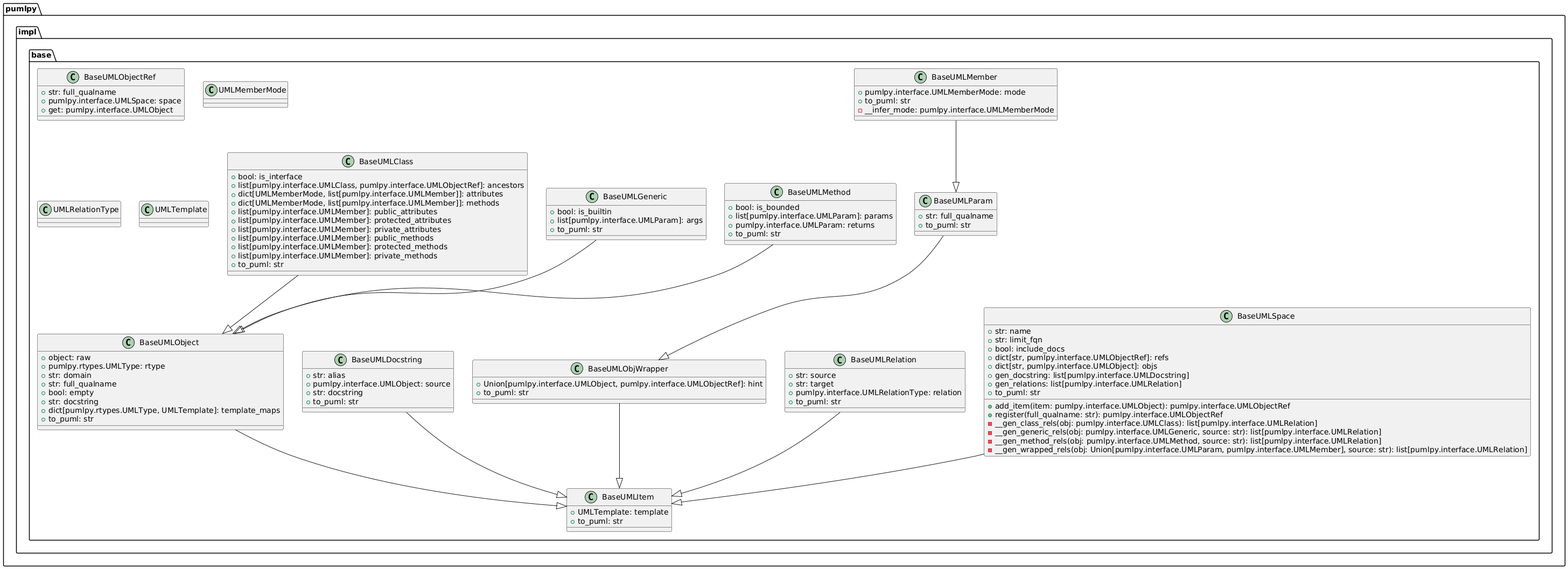
Above: examples/pumlpy-impl.png in Koko12137/pumlpy (PlantUML), before the change.
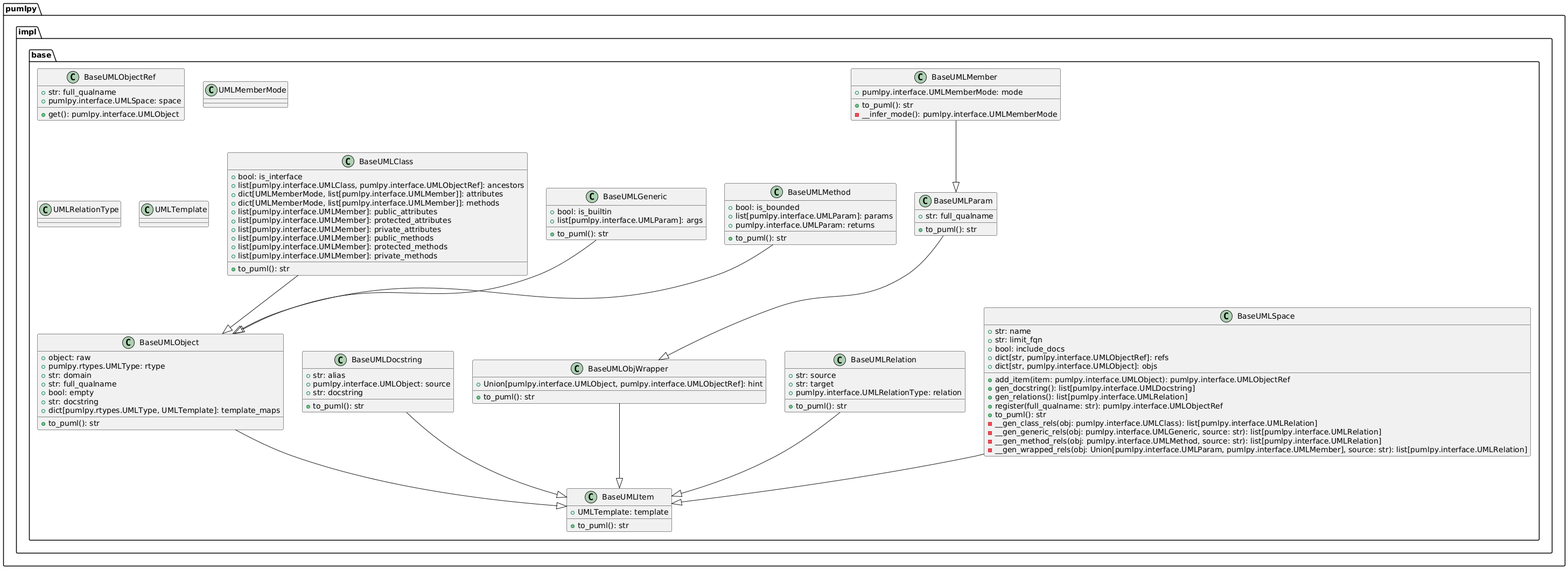
The same diagram one commit later.

The edit, as a diff of the source:
```diff
@@ -1,87 +1,87 @@
 @startuml
 Class pumlpy.impl.base.BaseUMLClass {
-        + bool: is_interface
-        + list[pumlpy.interface.UMLClass, pumlpy.interface.UMLObjectRef]: ancestors
-        + dict[UMLMemberMode, list[pumlpy.interface.UMLMember]]: attributes
-        + dict[UMLMemberMode, list[pumlpy.interface.UMLMember]]: methods
-        + list[pumlpy.interface.UMLMember]: public_attributes
-        + list[pumlpy.interface.UMLMember]: protected_attributes
-        + list[pumlpy.interface.UMLMember]: private_attributes
-        + list[pumlpy.interface.UMLMember]: public_methods
-        + list[pumlpy.interface.UMLMember]: protected_methods
-        + list[pumlpy.interface.UMLMember]: private_methods
-        + to_puml: str
+	+ bool: is_interface
+	+ list[pumlpy.interface.UMLClass, pumlpy.interface.UMLObjectRef]: ancestors
+	+ dict[UMLMemberMode, list[pumlpy.interface.UMLMember]]: attributes
+	+ dict[UMLMemberMode, list[pumlpy.interface.UMLMember]]: methods
+	+ list[pumlpy.interface.UMLMember]: public_attributes
+	+ list[pumlpy.interface.UMLMember]: protected_attributes
+	+ list[pumlpy.interface.UMLMember]: private_attributes
+	+ list[pumlpy.interface.UMLMember]: public_methods
+	+ list[pumlpy.interface.UMLMember]: protected_methods
+	+ list[pumlpy.interface.UMLMember]: private_methods
+	+ to_puml(): str
 }
 Class pumlpy.impl.base.BaseUMLDocstring {
-        + str: alias
-        + pumlpy.interface.UMLObject: source
-        + str: docstring
-        + to_puml: str
+	+ str: alias
+	+ pumlpy.interface.UMLObject: source
+	+ str: docstring
+	+ to_puml(): str
 }
 Class pumlpy.impl.base.BaseUMLGeneric {
-        + bool: is_builtin
-        + list[pumlpy.interface.UMLParam]: args
-        + to_puml: str
+	+ bool: is_builtin
+	+ list[pumlpy.interface.UMLParam]: args
+	+ to_puml(): str
 }
 Class pumlpy.impl.base.BaseUMLItem {
-        + UMLTemplate: template
-        + to_puml: str
+	+ UMLTemplate: template
+	+ to_puml(): str
 }
 Class pumlpy.impl.base.BaseUMLMember {
-        + pumlpy.interface.UMLMemberMode: mode
-        + to_puml: str
-        - __infer_mode: pumlpy.interface.UMLMemberMode
+	+ pumlpy.interface.UMLMemberMode: mode
+	+ to_puml(): str
+	- __infer_mode(): pumlpy.interface.UMLMemberMode
 }
 Class pumlpy.impl.base.BaseUMLMethod {
-        + bool: is_bounded
-        + list[pumlpy.interface.UMLParam]: params
-        + pumlpy.interface.UMLParam: returns
-        + to_puml: str
+	+ bool: is_bounded
+	+ list[pumlpy.interface.UMLParam]: params
+	+ pumlpy.interface.UMLParam: returns
+	+ to_puml(): str
 }
 Class pumlpy.impl.base.BaseUMLObjWrapper {
-        + Union[pumlpy.interface.UMLObject, pumlpy.interface.UMLObjectRef]: hint
-        + to_puml: str
+	+ Union[pumlpy.interface.UMLObject, pumlpy.interface.UMLObjectRef]: hint
+	+ to_puml(): str
 }
 Class pumlpy.impl.base.BaseUMLObject {
-        + object: raw
-        + pumlpy.rtypes.UMLType: rtype
-        + str: domain
-        + str: full_qualname
-        + bool: empty
-        + str: docstring
-        + dict[pumlpy.rtypes.UMLType, UMLTemplate]: template_maps
-        + to_puml: str
+	+ object: raw
+	+ pumlpy.rtypes.UMLType: rtype
+	+ str: domain
+	+ str: full_qualname
+	+ bool: empty
+	+ str: docstring
+	+ dict[pumlpy.rtypes.UMLType, UMLTemplate]: template_maps
+	+ to_puml(): str
 }
 Class pumlpy.impl.base.BaseUMLObjectRef {
-        + str: full_qualname
-        + pumlpy.interface.UMLSpace: space
-        + get: pumlpy.interface.UMLObject
+	+ str: full_qualname
+	+ pumlpy.interface.UMLSpace: space
+	+ get(): pumlpy.interface.UMLObject
 }
 Class pumlpy.impl.base.BaseUMLParam {
-        + str: full_qualname
-        + to_puml: str
+	+ str: full_qualname
+	+ to_puml(): str
 }
 Class pumlpy.impl.base.BaseUMLRelation {
-        + str: source
-        + str: target
-        + pumlpy.interface.UMLRelationType: relation
-        + to_puml: str
+	+ str: source
+	+ str: target
+	+ pumlpy.interface.UMLRelationType: relation
+	+ to_puml(): str
 }
 Class pumlpy.impl.base.BaseUMLSpace {
-        + str: name
-        + str: limit_fqn
-        + bool: include_docs
-        + dict[str, pumlpy.interface.UMLObjectRef]: refs
-        + dict[str, pumlpy.interface.UMLObject]: objs
-        + add_item(item: pumlpy.interface.UMLObject): pumlpy.interface.UMLObjectRef
-        + gen_docstring: list[pumlpy.interface.UMLDocstring]
-        + gen_relations: list[pumlpy.interface.UMLRelation]
-        + register(full_qualname: str): pumlpy.interface.UMLObjectRef
-        + to_puml: str
-        - __gen_class_rels(obj: pumlpy.interface.UMLClass): list[pumlpy.interface.UMLRelation]
-        - __gen_generic_rels(obj: pumlpy.interface.UMLGeneric, source: str): list[pumlpy.interface.UMLRelation]
-        - __gen_method_rels(obj: pumlpy.interface.UMLMethod, source: str): list[pumlpy.interface.UMLRelation]
-        - __gen_wrapped_rels(obj: Union[pumlpy.interface.UMLParam, pumlpy.interface.UMLMember], source: str): list[pumlpy.interface.UMLRelation]
+	+ str: name
+	+ str: limit_fqn
+	+ bool: include_docs
+	+ dict[str, pumlpy.interface.UMLObjectRef]: refs
+	+ dict[str, pumlpy.interface.UMLObject]: objs
+	+ add_item(item: pumlpy.interface.UMLObject): pumlpy.interface.UMLObjectRef
+	+ gen_docstring(): list[pumlpy.interface.UMLDocstring]
+	+ gen_relations(): list[pumlpy.interface.UMLRelation]
+	+ register(full_qualname: str): pumlpy.interface.UMLObjectRef
+	+ to_puml(): str
+	- __gen_class_rels(obj: pumlpy.interface.UMLClass): list[pumlpy.interface.UMLRelation]
+	- __gen_generic_rels(obj: pumlpy.interface.UMLGeneric, source: str): list[pumlpy.interface.UMLRelation]
+	- __gen_method_rels(obj: pumlpy.interface.UMLMethod, source: str): list[pumlpy.interface.UMLRelation]
+	- __gen_wrapped_rels(obj: Union[pumlpy.interface.UMLParam, pumlpy.interface.UMLMember], source: str): list[pumlpy.interface.UMLRelation]
 }
 Class pumlpy.impl.base.UMLMemberMode {
 
```
